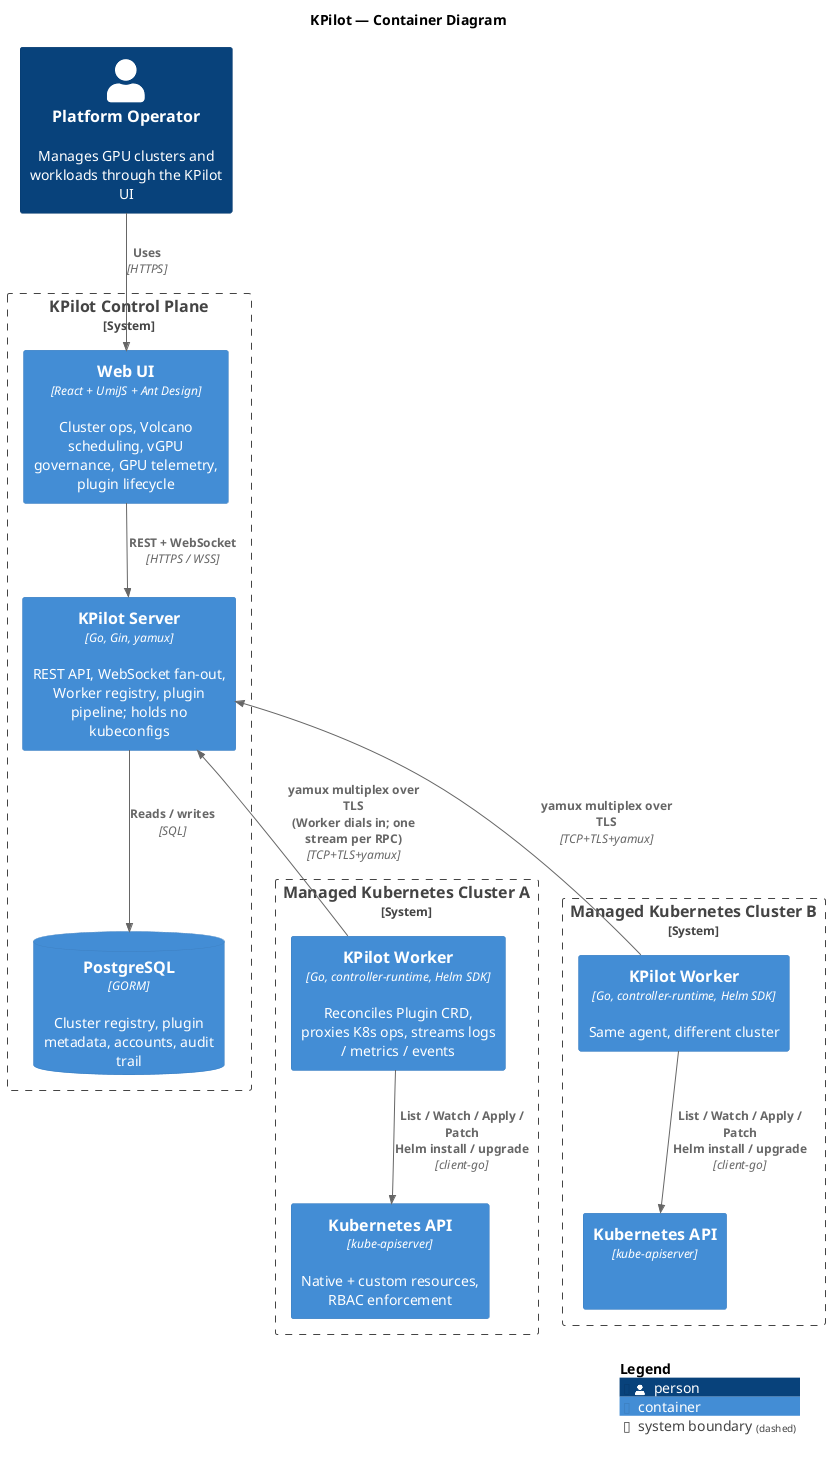
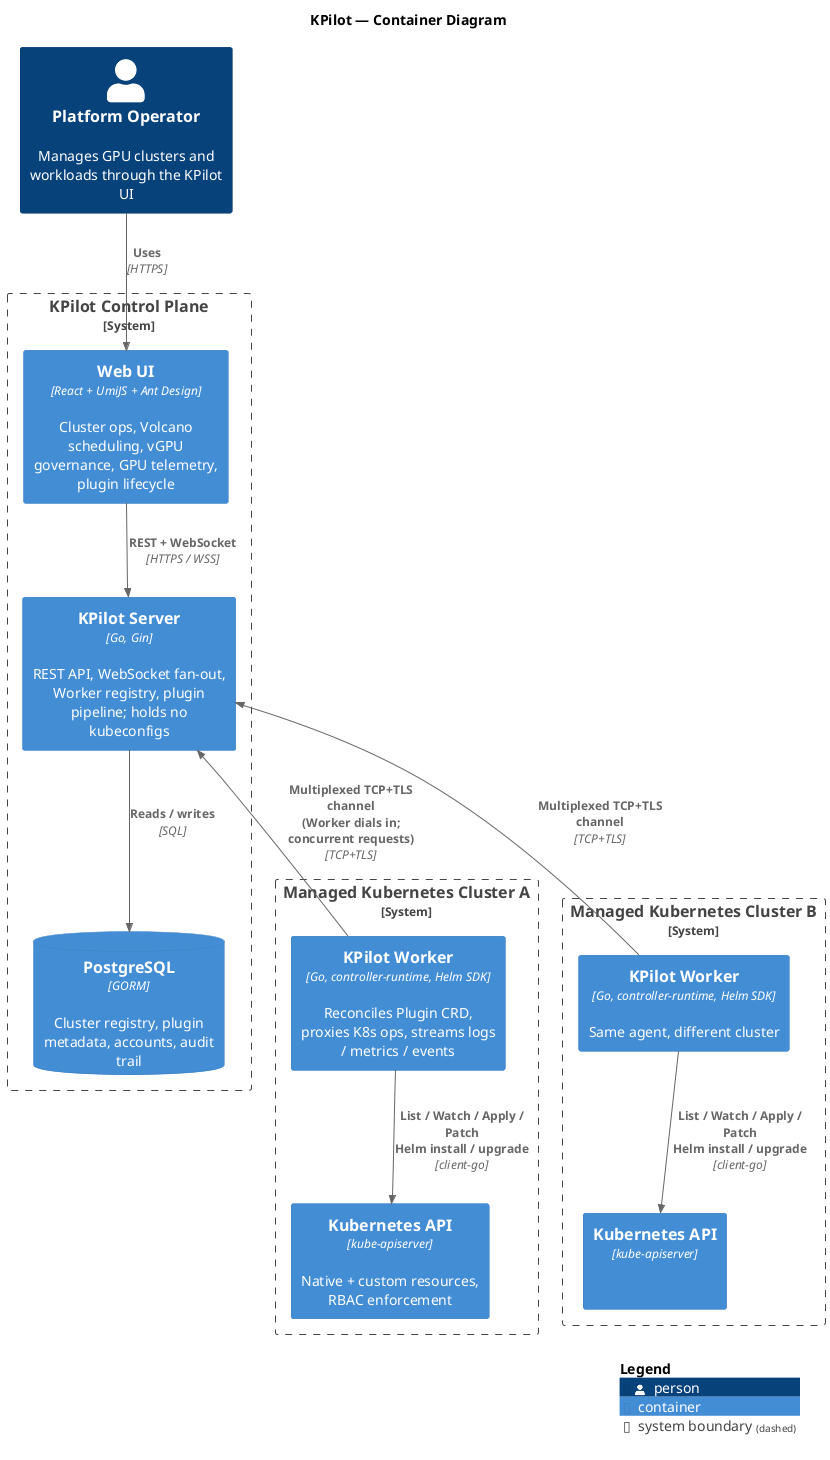
@startuml
!include <C4/C4_Container>

LAYOUT_WITH_LEGEND()
title KPilot — Container Diagram

Person(operator, "Platform Operator", "Manages GPU clusters and workloads through the KPilot UI")

System_Boundary(kpilot, "KPilot Control Plane") {
    Container(ui, "Web UI", "React + UmiJS + Ant Design", "Cluster ops, Volcano scheduling, vGPU governance, GPU telemetry, plugin lifecycle")
-     Container(server, "KPilot Server", "Go, Gin, yamux", "REST API, WebSocket fan-out, Worker registry, plugin pipeline; holds no kubeconfigs")
+     Container(server, "KPilot Server", "Go, Gin", "REST API, WebSocket fan-out, Worker registry, plugin pipeline; holds no kubeconfigs")
    ContainerDb(db, "PostgreSQL", "GORM", "Cluster registry, plugin metadata, accounts, audit trail")
}

System_Boundary(cluster_a, "Managed Kubernetes Cluster A") {
    Container(worker_a, "KPilot Worker", "Go, controller-runtime, Helm SDK", "Reconciles Plugin CRD, proxies K8s ops, streams logs / metrics / events")
    Container(k8s_a, "Kubernetes API", "kube-apiserver", "Native + custom resources, RBAC enforcement")
}

System_Boundary(cluster_b, "Managed Kubernetes Cluster B") {
    Container(worker_b, "KPilot Worker", "Go, controller-runtime, Helm SDK", "Same agent, different cluster")
    Container(k8s_b, "Kubernetes API", "kube-apiserver", " ")
}

Rel(operator, ui, "Uses", "HTTPS")
Rel(ui, server, "REST + WebSocket", "HTTPS / WSS")
Rel(server, db, "Reads / writes", "SQL")

- Rel_U(worker_a, server, "yamux multiplex over TLS\n(Worker dials in; one stream per RPC)", "TCP+TLS+yamux")
- Rel_U(worker_b, server, "yamux multiplex over TLS", "TCP+TLS+yamux")
+ Rel_U(worker_a, server, "Multiplexed TCP+TLS channel\n(Worker dials in; concurrent requests)", "TCP+TLS")
+ Rel_U(worker_b, server, "Multiplexed TCP+TLS channel", "TCP+TLS")

Rel(worker_a, k8s_a, "List / Watch / Apply / Patch\nHelm install / upgrade", "client-go")
Rel(worker_b, k8s_b, "List / Watch / Apply / Patch\nHelm install / upgrade", "client-go")

SHOW_LEGEND()
@enduml
